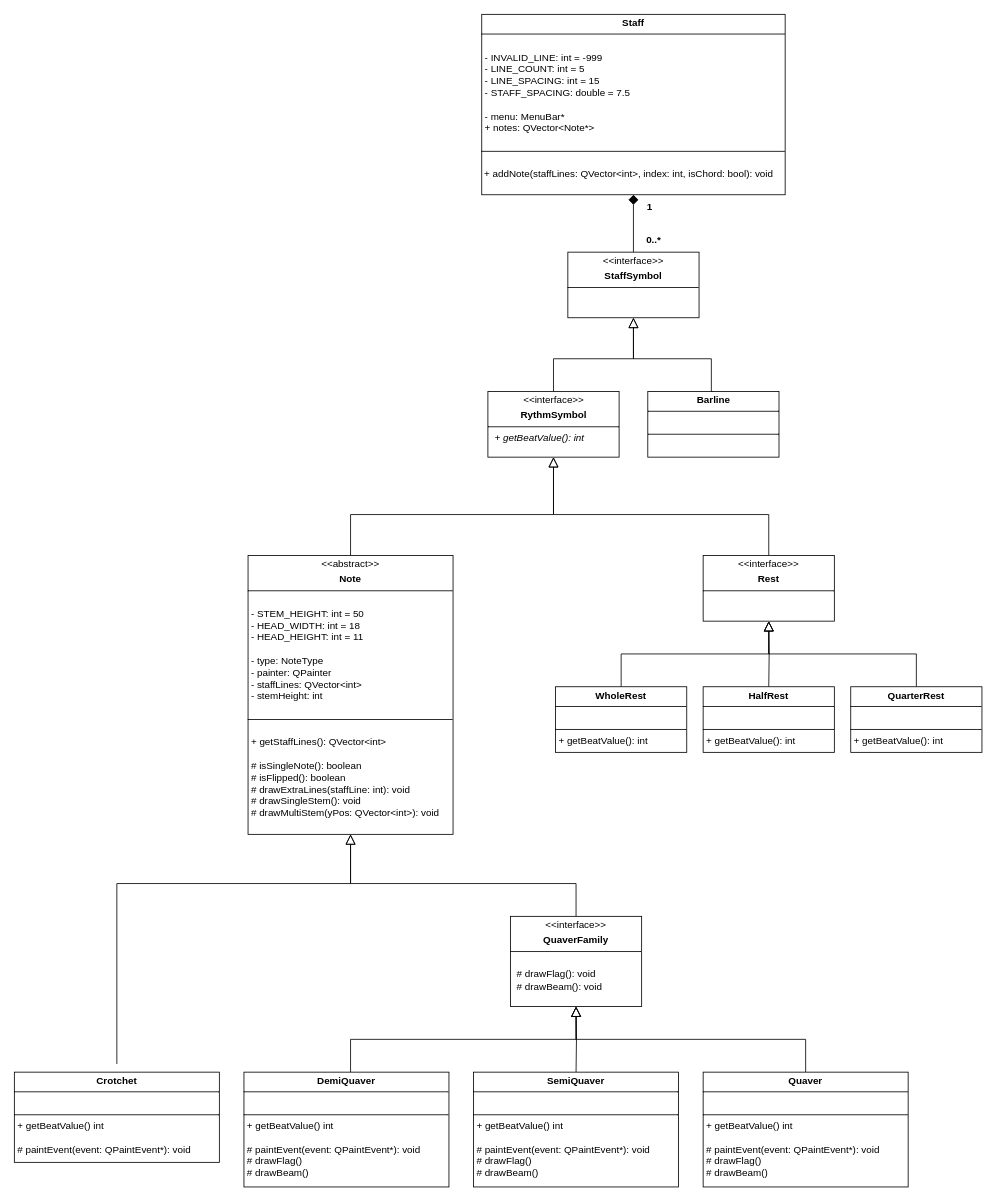
The draw.io diagram UMLDiagram.drawio in EthanL285/TabPro, before the edit. Source tidied: cells renumbered, new cells numbered last; positions are measured from the earlier drawing's top-left corner, leaving out a move shared by most shapes. Both pictures are drawn from the tidied source at 82%, with x=0, y=0 at pixel (14, 14).
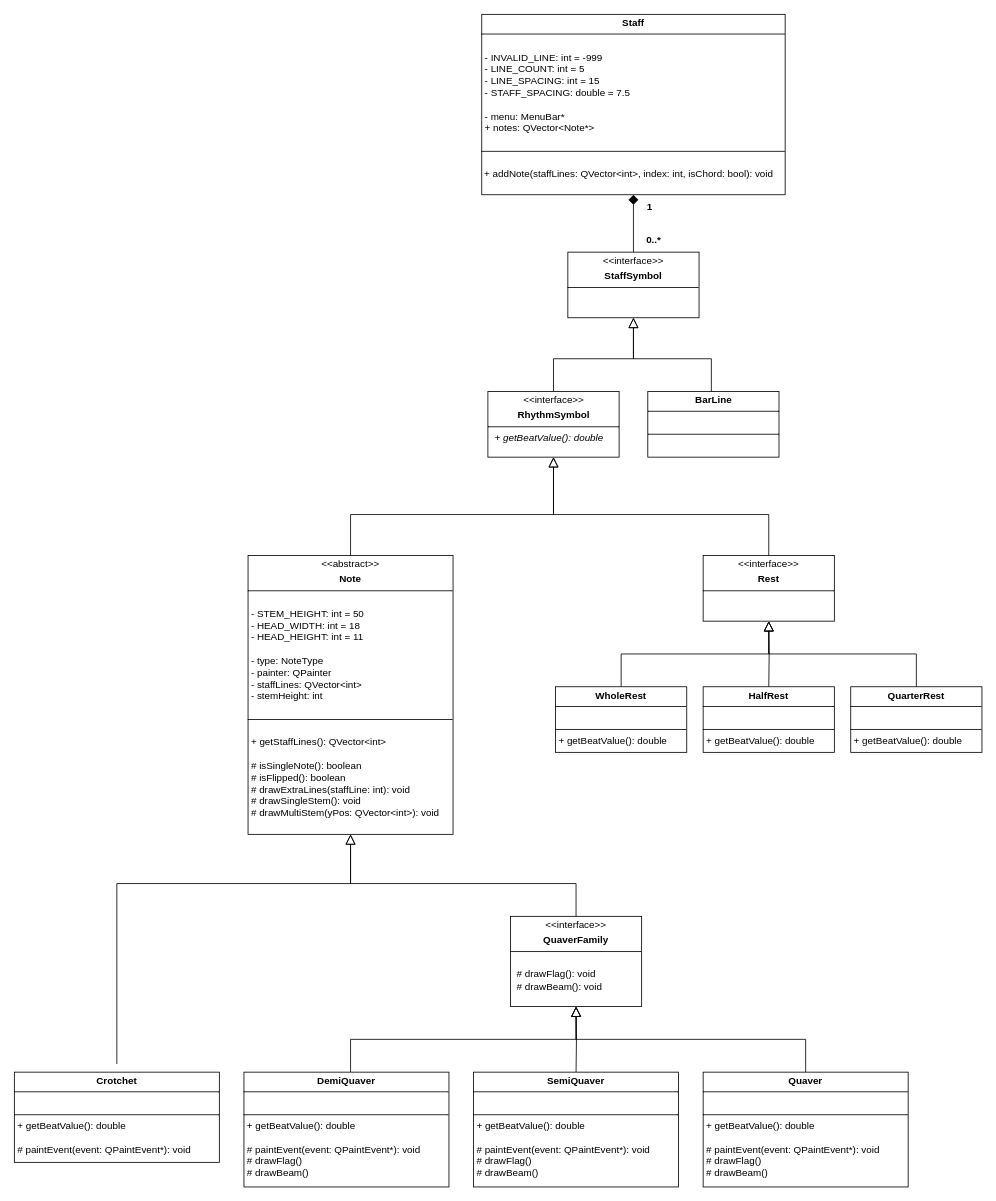
The same page after the edit.

Diff of the diagram source:
```diff
@@
-    <mxCell id="13" value="&lt;p style=&quot;margin: 4px 0px 0px; text-align: center;&quot;&gt;&amp;lt;&amp;lt;interface&amp;gt;&amp;gt;&lt;/p&gt;&lt;p style=&quot;margin: 4px 0px 0px; text-align: center;&quot;&gt;&lt;b&gt;RythmSymbol&lt;/b&gt;&lt;/p&gt;&lt;hr size=&quot;1&quot; style=&quot;border-style:solid;&quot;&gt;&lt;p style=&quot;margin:0px;margin-left:8px;&quot;&gt;&lt;span style=&quot;background-color: initial;&quot;&gt;&lt;i&gt;+ getBeatValue(): int&lt;/i&gt;&lt;/span&gt;&lt;/p&gt;" style="verticalAlign=top;align=left;overflow=fill;html=1;whiteSpace=wrap;" parent="1" vertex="1">
+    <mxCell id="13" value="&lt;p style=&quot;margin: 4px 0px 0px; text-align: center;&quot;&gt;&amp;lt;&amp;lt;interface&amp;gt;&amp;gt;&lt;/p&gt;&lt;p style=&quot;margin: 4px 0px 0px; text-align: center;&quot;&gt;&lt;b&gt;RhythmSymbol&lt;/b&gt;&lt;/p&gt;&lt;hr size=&quot;1&quot; style=&quot;border-style:solid;&quot;&gt;&lt;p style=&quot;margin:0px;margin-left:8px;&quot;&gt;&lt;span style=&quot;background-color: initial;&quot;&gt;&lt;i&gt;+ getBeatValue(): double&lt;/i&gt;&lt;/span&gt;&lt;/p&gt;" style="verticalAlign=top;align=left;overflow=fill;html=1;whiteSpace=wrap;" parent="1" vertex="1">
       <mxGeometry x="577.5" y="460" width="160" height="80" as="geometry" />
     </mxCell>
@@
-    <mxCell id="23" value="&lt;p style=&quot;margin:0px;margin-top:4px;text-align:center;&quot;&gt;&lt;b&gt;Barline&lt;/b&gt;&lt;/p&gt;&lt;hr size=&quot;1&quot; style=&quot;border-style:solid;&quot;&gt;&lt;p style=&quot;margin:0px;margin-left:4px;&quot;&gt;&lt;br&gt;&lt;/p&gt;&lt;hr size=&quot;1&quot; style=&quot;border-style:solid;&quot;&gt;&lt;p style=&quot;margin:0px;margin-left:4px;&quot;&gt;&lt;br&gt;&lt;/p&gt;" style="verticalAlign=top;align=left;overflow=fill;html=1;whiteSpace=wrap;" parent="1" vertex="1">
+    <mxCell id="23" value="&lt;p style=&quot;margin:0px;margin-top:4px;text-align:center;&quot;&gt;&lt;b&gt;BarLine&lt;/b&gt;&lt;/p&gt;&lt;hr size=&quot;1&quot; style=&quot;border-style:solid;&quot;&gt;&lt;p style=&quot;margin:0px;margin-left:4px;&quot;&gt;&lt;br&gt;&lt;/p&gt;&lt;hr size=&quot;1&quot; style=&quot;border-style:solid;&quot;&gt;&lt;p style=&quot;margin:0px;margin-left:4px;&quot;&gt;&lt;br&gt;&lt;/p&gt;" style="verticalAlign=top;align=left;overflow=fill;html=1;whiteSpace=wrap;" parent="1" vertex="1">
       <mxGeometry x="772.5" y="460" width="160" height="80" as="geometry" />
     </mxCell>
-    <mxCell id="24" value="&lt;p style=&quot;margin:0px;margin-top:4px;text-align:center;&quot;&gt;&lt;b&gt;QuarterRest&lt;/b&gt;&lt;/p&gt;&lt;hr size=&quot;1&quot; style=&quot;border-style:solid;&quot;&gt;&lt;p style=&quot;margin:0px;margin-left:4px;&quot;&gt;&lt;br&gt;&lt;/p&gt;&lt;hr size=&quot;1&quot; style=&quot;border-style:solid;&quot;&gt;&lt;p style=&quot;margin:0px;margin-left:4px;&quot;&gt;+ getBeatValue(): int&lt;/p&gt;" style="verticalAlign=top;align=left;overflow=fill;html=1;whiteSpace=wrap;" parent="1" vertex="1">
+    <mxCell id="24" value="&lt;p style=&quot;margin:0px;margin-top:4px;text-align:center;&quot;&gt;&lt;b&gt;QuarterRest&lt;/b&gt;&lt;/p&gt;&lt;hr size=&quot;1&quot; style=&quot;border-style:solid;&quot;&gt;&lt;p style=&quot;margin:0px;margin-left:4px;&quot;&gt;&lt;br&gt;&lt;/p&gt;&lt;hr size=&quot;1&quot; style=&quot;border-style:solid;&quot;&gt;&lt;p style=&quot;margin:0px;margin-left:4px;&quot;&gt;+ getBeatValue(): double&lt;/p&gt;" style="verticalAlign=top;align=left;overflow=fill;html=1;whiteSpace=wrap;" parent="1" vertex="1">
       <mxGeometry x="1020" y="820" width="160" height="80" as="geometry" />
     </mxCell>
-    <mxCell id="25" value="&lt;p style=&quot;margin:0px;margin-top:4px;text-align:center;&quot;&gt;&lt;b&gt;HalfRest&lt;/b&gt;&lt;/p&gt;&lt;hr size=&quot;1&quot; style=&quot;border-style:solid;&quot;&gt;&lt;p style=&quot;margin:0px;margin-left:4px;&quot;&gt;&lt;br&gt;&lt;/p&gt;&lt;hr size=&quot;1&quot; style=&quot;border-style:solid;&quot;&gt;&lt;p style=&quot;margin:0px;margin-left:4px;&quot;&gt;+ getBeatValue(): int&lt;/p&gt;" style="verticalAlign=top;align=left;overflow=fill;html=1;whiteSpace=wrap;" parent="1" vertex="1">
+    <mxCell id="25" value="&lt;p style=&quot;margin:0px;margin-top:4px;text-align:center;&quot;&gt;&lt;b&gt;HalfRest&lt;/b&gt;&lt;/p&gt;&lt;hr size=&quot;1&quot; style=&quot;border-style:solid;&quot;&gt;&lt;p style=&quot;margin:0px;margin-left:4px;&quot;&gt;&lt;br&gt;&lt;/p&gt;&lt;hr size=&quot;1&quot; style=&quot;border-style:solid;&quot;&gt;&lt;p style=&quot;margin:0px;margin-left:4px;&quot;&gt;+ getBeatValue(): double&lt;/p&gt;" style="verticalAlign=top;align=left;overflow=fill;html=1;whiteSpace=wrap;" parent="1" vertex="1">
       <mxGeometry x="840" y="820" width="160" height="80" as="geometry" />
     </mxCell>
-    <mxCell id="26" value="&lt;p style=&quot;margin:0px;margin-top:4px;text-align:center;&quot;&gt;&lt;b&gt;WholeRest&lt;/b&gt;&lt;/p&gt;&lt;hr size=&quot;1&quot; style=&quot;border-style:solid;&quot;&gt;&lt;p style=&quot;margin:0px;margin-left:4px;&quot;&gt;&lt;br&gt;&lt;/p&gt;&lt;hr size=&quot;1&quot; style=&quot;border-style:solid;&quot;&gt;&lt;p style=&quot;margin:0px;margin-left:4px;&quot;&gt;+ getBeatValue(): int&lt;/p&gt;" style="verticalAlign=top;align=left;overflow=fill;html=1;whiteSpace=wrap;" parent="1" vertex="1">
+    <mxCell id="26" value="&lt;p style=&quot;margin:0px;margin-top:4px;text-align:center;&quot;&gt;&lt;b&gt;WholeRest&lt;/b&gt;&lt;/p&gt;&lt;hr size=&quot;1&quot; style=&quot;border-style:solid;&quot;&gt;&lt;p style=&quot;margin:0px;margin-left:4px;&quot;&gt;&lt;br&gt;&lt;/p&gt;&lt;hr size=&quot;1&quot; style=&quot;border-style:solid;&quot;&gt;&lt;p style=&quot;margin:0px;margin-left:4px;&quot;&gt;+ getBeatValue(): double&lt;/p&gt;" style="verticalAlign=top;align=left;overflow=fill;html=1;whiteSpace=wrap;" parent="1" vertex="1">
       <mxGeometry x="660" y="820" width="160" height="80" as="geometry" />
     </mxCell>
-    <mxCell id="27" value="&lt;p style=&quot;margin:0px;margin-top:4px;text-align:center;&quot;&gt;&lt;b&gt;Quaver&lt;/b&gt;&lt;/p&gt;&lt;hr size=&quot;1&quot; style=&quot;border-style:solid;&quot;&gt;&lt;p style=&quot;margin:0px;margin-left:4px;&quot;&gt;&lt;br&gt;&lt;/p&gt;&lt;hr size=&quot;1&quot; style=&quot;border-style:solid;&quot;&gt;&lt;p style=&quot;margin: 0px 0px 0px 4px;&quot;&gt;+ getBeatValue() int&lt;/p&gt;&lt;p style=&quot;margin: 0px 0px 0px 4px;&quot;&gt;&lt;br&gt;&lt;/p&gt;&lt;p style=&quot;margin: 0px 0px 0px 4px;&quot;&gt;# paintEvent(event: QPaintEvent*): void&lt;/p&gt;&lt;p style=&quot;margin: 0px 0px 0px 4px;&quot;&gt;# drawFlag()&lt;/p&gt;&lt;p style=&quot;margin: 0px 0px 0px 4px;&quot;&gt;# drawBeam()&lt;/p&gt;" style="verticalAlign=top;align=left;overflow=fill;html=1;whiteSpace=wrap;" parent="1" vertex="1">
+    <mxCell id="27" value="&lt;p style=&quot;margin:0px;margin-top:4px;text-align:center;&quot;&gt;&lt;b&gt;Quaver&lt;/b&gt;&lt;/p&gt;&lt;hr size=&quot;1&quot; style=&quot;border-style:solid;&quot;&gt;&lt;p style=&quot;margin:0px;margin-left:4px;&quot;&gt;&lt;br&gt;&lt;/p&gt;&lt;hr size=&quot;1&quot; style=&quot;border-style:solid;&quot;&gt;&lt;p style=&quot;margin: 0px 0px 0px 4px;&quot;&gt;+ getBeatValue(): double&lt;/p&gt;&lt;p style=&quot;margin: 0px 0px 0px 4px;&quot;&gt;&lt;br&gt;&lt;/p&gt;&lt;p style=&quot;margin: 0px 0px 0px 4px;&quot;&gt;# paintEvent(event: QPaintEvent*): void&lt;/p&gt;&lt;p style=&quot;margin: 0px 0px 0px 4px;&quot;&gt;# drawFlag()&lt;/p&gt;&lt;p style=&quot;margin: 0px 0px 0px 4px;&quot;&gt;# drawBeam()&lt;/p&gt;" style="verticalAlign=top;align=left;overflow=fill;html=1;whiteSpace=wrap;" parent="1" vertex="1">
       <mxGeometry x="840" y="1290" width="250" height="140" as="geometry" />
     </mxCell>
-    <mxCell id="28" value="&lt;p style=&quot;margin:0px;margin-top:4px;text-align:center;&quot;&gt;&lt;b&gt;SemiQuaver&lt;/b&gt;&lt;/p&gt;&lt;hr size=&quot;1&quot; style=&quot;border-style:solid;&quot;&gt;&lt;p style=&quot;margin:0px;margin-left:4px;&quot;&gt;&lt;br&gt;&lt;/p&gt;&lt;hr size=&quot;1&quot; style=&quot;border-style:solid;&quot;&gt;&lt;p style=&quot;margin: 0px 0px 0px 4px;&quot;&gt;+ getBeatValue() int&lt;/p&gt;&lt;p style=&quot;margin: 0px 0px 0px 4px;&quot;&gt;&lt;br&gt;&lt;/p&gt;&lt;p style=&quot;margin: 0px 0px 0px 4px;&quot;&gt;# paintEvent(event: QPaintEvent*): void&lt;/p&gt;&lt;p style=&quot;margin: 0px 0px 0px 4px;&quot;&gt;# drawFlag()&lt;/p&gt;&lt;p style=&quot;margin: 0px 0px 0px 4px;&quot;&gt;# drawBeam()&lt;/p&gt;" style="verticalAlign=top;align=left;overflow=fill;html=1;whiteSpace=wrap;" parent="1" vertex="1">
+    <mxCell id="28" value="&lt;p style=&quot;margin:0px;margin-top:4px;text-align:center;&quot;&gt;&lt;b&gt;SemiQuaver&lt;/b&gt;&lt;/p&gt;&lt;hr size=&quot;1&quot; style=&quot;border-style:solid;&quot;&gt;&lt;p style=&quot;margin:0px;margin-left:4px;&quot;&gt;&lt;br&gt;&lt;/p&gt;&lt;hr size=&quot;1&quot; style=&quot;border-style:solid;&quot;&gt;&lt;p style=&quot;margin: 0px 0px 0px 4px;&quot;&gt;+ getBeatValue(): double&lt;/p&gt;&lt;p style=&quot;margin: 0px 0px 0px 4px;&quot;&gt;&lt;br&gt;&lt;/p&gt;&lt;p style=&quot;margin: 0px 0px 0px 4px;&quot;&gt;# paintEvent(event: QPaintEvent*): void&lt;/p&gt;&lt;p style=&quot;margin: 0px 0px 0px 4px;&quot;&gt;# drawFlag()&lt;/p&gt;&lt;p style=&quot;margin: 0px 0px 0px 4px;&quot;&gt;# drawBeam()&lt;/p&gt;" style="verticalAlign=top;align=left;overflow=fill;html=1;whiteSpace=wrap;" parent="1" vertex="1">
       <mxGeometry x="560" y="1290" width="250" height="140" as="geometry" />
     </mxCell>
-    <mxCell id="29" value="&lt;p style=&quot;margin:0px;margin-top:4px;text-align:center;&quot;&gt;&lt;b&gt;DemiQuaver&lt;/b&gt;&lt;/p&gt;&lt;hr size=&quot;1&quot; style=&quot;border-style:solid;&quot;&gt;&lt;p style=&quot;margin:0px;margin-left:4px;&quot;&gt;&lt;br&gt;&lt;/p&gt;&lt;hr size=&quot;1&quot; style=&quot;border-style:solid;&quot;&gt;&lt;p style=&quot;margin: 0px 0px 0px 4px;&quot;&gt;+ getBeatValue() int&lt;/p&gt;&lt;p style=&quot;margin: 0px 0px 0px 4px;&quot;&gt;&lt;br&gt;&lt;/p&gt;&lt;p style=&quot;margin: 0px 0px 0px 4px;&quot;&gt;# paintEvent(event: QPaintEvent*): void&lt;/p&gt;&lt;p style=&quot;margin: 0px 0px 0px 4px;&quot;&gt;# drawFlag()&lt;/p&gt;&lt;p style=&quot;margin: 0px 0px 0px 4px;&quot;&gt;# drawBeam()&lt;/p&gt;" style="verticalAlign=top;align=left;overflow=fill;html=1;whiteSpace=wrap;" parent="1" vertex="1">
+    <mxCell id="29" value="&lt;p style=&quot;margin:0px;margin-top:4px;text-align:center;&quot;&gt;&lt;b&gt;DemiQuaver&lt;/b&gt;&lt;/p&gt;&lt;hr size=&quot;1&quot; style=&quot;border-style:solid;&quot;&gt;&lt;p style=&quot;margin:0px;margin-left:4px;&quot;&gt;&lt;br&gt;&lt;/p&gt;&lt;hr size=&quot;1&quot; style=&quot;border-style:solid;&quot;&gt;&lt;p style=&quot;margin: 0px 0px 0px 4px;&quot;&gt;+ getBeatValue(): double&lt;/p&gt;&lt;p style=&quot;margin: 0px 0px 0px 4px;&quot;&gt;&lt;br&gt;&lt;/p&gt;&lt;p style=&quot;margin: 0px 0px 0px 4px;&quot;&gt;# paintEvent(event: QPaintEvent*): void&lt;/p&gt;&lt;p style=&quot;margin: 0px 0px 0px 4px;&quot;&gt;# drawFlag()&lt;/p&gt;&lt;p style=&quot;margin: 0px 0px 0px 4px;&quot;&gt;# drawBeam()&lt;/p&gt;" style="verticalAlign=top;align=left;overflow=fill;html=1;whiteSpace=wrap;" parent="1" vertex="1">
       <mxGeometry x="280" y="1290" width="250" height="140" as="geometry" />
     </mxCell>
-    <mxCell id="30" value="&lt;p style=&quot;margin:0px;margin-top:4px;text-align:center;&quot;&gt;&lt;b&gt;Crotchet&lt;/b&gt;&lt;/p&gt;&lt;hr size=&quot;1&quot; style=&quot;border-style:solid;&quot;&gt;&lt;p style=&quot;margin:0px;margin-left:4px;&quot;&gt;&lt;br&gt;&lt;/p&gt;&lt;hr size=&quot;1&quot; style=&quot;border-style:solid;&quot;&gt;&lt;p style=&quot;margin: 0px 0px 0px 4px;&quot;&gt;+ getBeatValue() int&lt;/p&gt;&lt;p style=&quot;margin: 0px 0px 0px 4px;&quot;&gt;&lt;br&gt;&lt;/p&gt;&lt;p style=&quot;margin: 0px 0px 0px 4px;&quot;&gt;# paintEvent(event: QPaintEvent*): void&lt;/p&gt;" style="verticalAlign=top;align=left;overflow=fill;html=1;whiteSpace=wrap;" parent="1" vertex="1">
+    <mxCell id="30" value="&lt;p style=&quot;margin:0px;margin-top:4px;text-align:center;&quot;&gt;&lt;b&gt;Crotchet&lt;/b&gt;&lt;/p&gt;&lt;hr size=&quot;1&quot; style=&quot;border-style:solid;&quot;&gt;&lt;p style=&quot;margin:0px;margin-left:4px;&quot;&gt;&lt;br&gt;&lt;/p&gt;&lt;hr size=&quot;1&quot; style=&quot;border-style:solid;&quot;&gt;&lt;p style=&quot;margin: 0px 0px 0px 4px;&quot;&gt;+ getBeatValue(): double&lt;/p&gt;&lt;p style=&quot;margin: 0px 0px 0px 4px;&quot;&gt;&lt;br&gt;&lt;/p&gt;&lt;p style=&quot;margin: 0px 0px 0px 4px;&quot;&gt;# paintEvent(event: QPaintEvent*): void&lt;/p&gt;" style="verticalAlign=top;align=left;overflow=fill;html=1;whiteSpace=wrap;" parent="1" vertex="1">
       <mxGeometry y="1290" width="250" height="110" as="geometry" />
     </mxCell>
```
